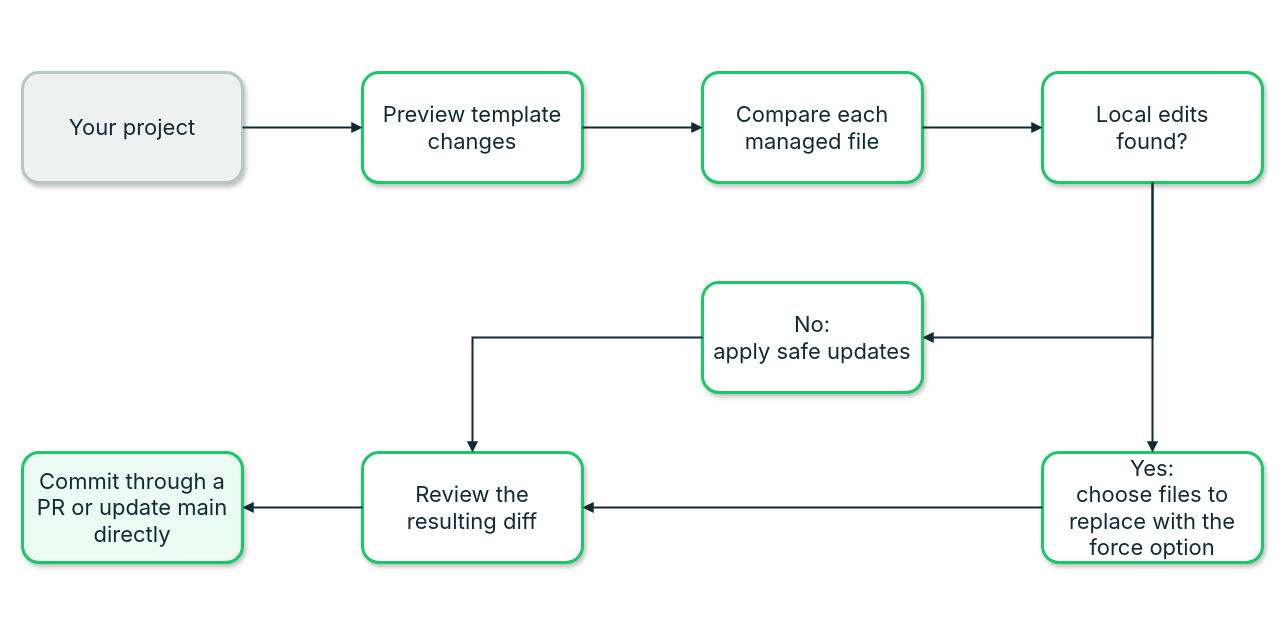
Earlier version of the draw.io diagram tools/documentation-diagrams/23.1-template-sync-decision.drawio (buckwem/prodockit-extensions). Source tidied: cells renumbered, new cells numbered last; positions are measured from the earlier drawing's top-left corner, leaving out a move shared by most shapes. Both pictures are drawn from the tidied source at 100%, with x=0, y=0 at pixel (22, 72).
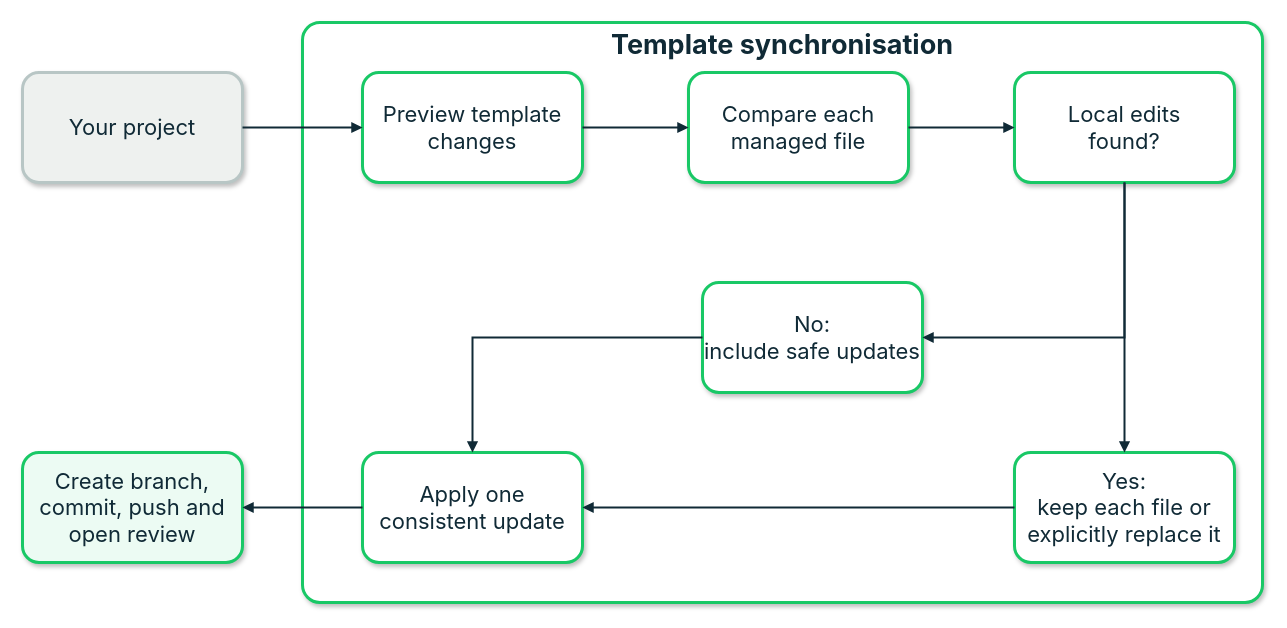
The same diagram, later.

Commit message (it also covers changes not shown here):
Clarify template sync documentation (#633)

Diff of the diagram source:
```diff
@@
+    <mxCell id="18" value="Template synchronisation" style="rounded=1;whiteSpace=wrap;html=1;fillColor=#ffffff;strokeColor=#19c866;strokeWidth=3;fontColor=#102a36;fontSize=27;fontFamily=Inter;shadow=1;verticalAlign=top;arcSize=3;fontStyle=1;" parent="1" vertex="1">
+      <mxGeometry x="280" y="-50" width="960" height="580" as="geometry" />
+    </mxCell>
@@
     <mxCell id="4" value="Compare each&lt;br&gt;managed file" style="rounded=1;whiteSpace=wrap;html=1;fillColor=#ffffff;strokeColor=#19c866;strokeWidth=3;fontColor=#102a36;fontSize=22;fontFamily=Inter;shadow=1;" parent="1" vertex="1">
-      <mxGeometry x="680" width="220" height="110" as="geometry" />
+      <mxGeometry x="666" width="220" height="110" as="geometry" />
     </mxCell>
     <mxCell id="5" value="Local edits&lt;br&gt;found?" style="rounded=1;whiteSpace=wrap;html=1;fillColor=#ffffff;strokeColor=#19c866;strokeWidth=3;fontColor=#102a36;fontSize=22;fontFamily=Inter;shadow=1;" parent="1" vertex="1">
-      <mxGeometry x="1020" width="220" height="110" as="geometry" />
+      <mxGeometry x="992" width="220" height="110" as="geometry" />
     </mxCell>
-    <mxCell id="6" value="No:&lt;br&gt;apply safe updates" style="rounded=1;whiteSpace=wrap;html=1;fillColor=#ffffff;strokeColor=#19c866;strokeWidth=3;fontColor=#102a36;fontSize=22;fontFamily=Inter;shadow=1;" parent="1" vertex="1">
+    <mxCell id="6" value="No:&lt;br&gt;include safe updates" style="rounded=1;whiteSpace=wrap;html=1;fillColor=#ffffff;strokeColor=#19c866;strokeWidth=3;fontColor=#102a36;fontSize=22;fontFamily=Inter;shadow=1;" parent="1" vertex="1">
       <mxGeometry x="680" y="210" width="220" height="110" as="geometry" />
     </mxCell>
-    <mxCell id="7" value="Yes:&lt;br&gt;choose files to replace with the force option" style="rounded=1;whiteSpace=wrap;html=1;fillColor=#ffffff;strokeColor=#19c866;strokeWidth=3;fontColor=#102a36;fontSize=22;fontFamily=Inter;shadow=1;" parent="1" vertex="1">
-      <mxGeometry x="1020" y="380" width="220" height="110" as="geometry" />
+    <mxCell id="7" value="Yes:&lt;br&gt;keep each file or explicitly replace it" style="rounded=1;whiteSpace=wrap;html=1;fillColor=#ffffff;strokeColor=#19c866;strokeWidth=3;fontColor=#102a36;fontSize=22;fontFamily=Inter;shadow=1;" parent="1" vertex="1">
+      <mxGeometry x="992" y="380" width="220" height="110" as="geometry" />
     </mxCell>
-    <mxCell id="8" value="Review the&lt;br&gt;resulting diff" style="rounded=1;whiteSpace=wrap;html=1;fillColor=#ffffff;strokeColor=#19c866;strokeWidth=3;fontColor=#102a36;fontSize=22;fontFamily=Inter;shadow=1;" parent="1" vertex="1">
+    <mxCell id="8" value="Apply one&lt;br&gt;consistent update" style="rounded=1;whiteSpace=wrap;html=1;fillColor=#ffffff;strokeColor=#19c866;strokeWidth=3;fontColor=#102a36;fontSize=22;fontFamily=Inter;shadow=1;" parent="1" vertex="1">
       <mxGeometry x="340" y="380" width="220" height="110" as="geometry" />
     </mxCell>
-    <mxCell id="9" value="Commit through a PR&amp;nbsp;or update main directly" style="rounded=1;whiteSpace=wrap;html=1;fillColor=#ecfbf3;strokeColor=#19c866;strokeWidth=3;fontColor=#102a36;fontSize=22;fontFamily=Inter;shadow=1;" parent="1" vertex="1">
+    <mxCell id="9" value="Create branch, commit, push and open review" style="rounded=1;whiteSpace=wrap;html=1;fillColor=#ecfbf3;strokeColor=#19c866;strokeWidth=3;fontColor=#102a36;fontSize=22;fontFamily=Inter;shadow=1;" parent="1" vertex="1">
       <mxGeometry y="380" width="220" height="110" as="geometry" />
     </mxCell>
@@
-    <mxCell id="14" style="edgeStyle=orthogonalEdgeStyle;rounded=0;jettySize=auto;html=1;strokeColor=#102a36;strokeWidth=2;endArrow=block;endFill=1;fontSize=18;fontColor=#102a36;fontFamily=Inter;labelBackgroundColor=#ffffff;entryX=1;entryY=0.5;entryDx=0;entryDy=0;" parent="1" edge="1" target="6">
+    <mxCell id="14" style="edgeStyle=orthogonalEdgeStyle;rounded=0;jettySize=auto;html=1;strokeColor=#102a36;strokeWidth=2;endArrow=block;endFill=1;fontSize=18;fontColor=#102a36;fontFamily=Inter;labelBackgroundColor=#ffffff;entryX=1;entryY=0.5;entryDx=0;entryDy=0;exitX=0.5;exitY=1;exitDx=0;exitDy=0;" parent="1" edge="1" source="5" target="6">
       <mxGeometry relative="1" as="geometry">
-        <mxPoint x="1130" y="110" as="sourcePoint" />
         <Array as="points">
-          <mxPoint x="1130" y="265" />
+          <mxPoint x="1102" y="265" />
         </Array>
       </mxGeometry>
     </mxCell>
```
